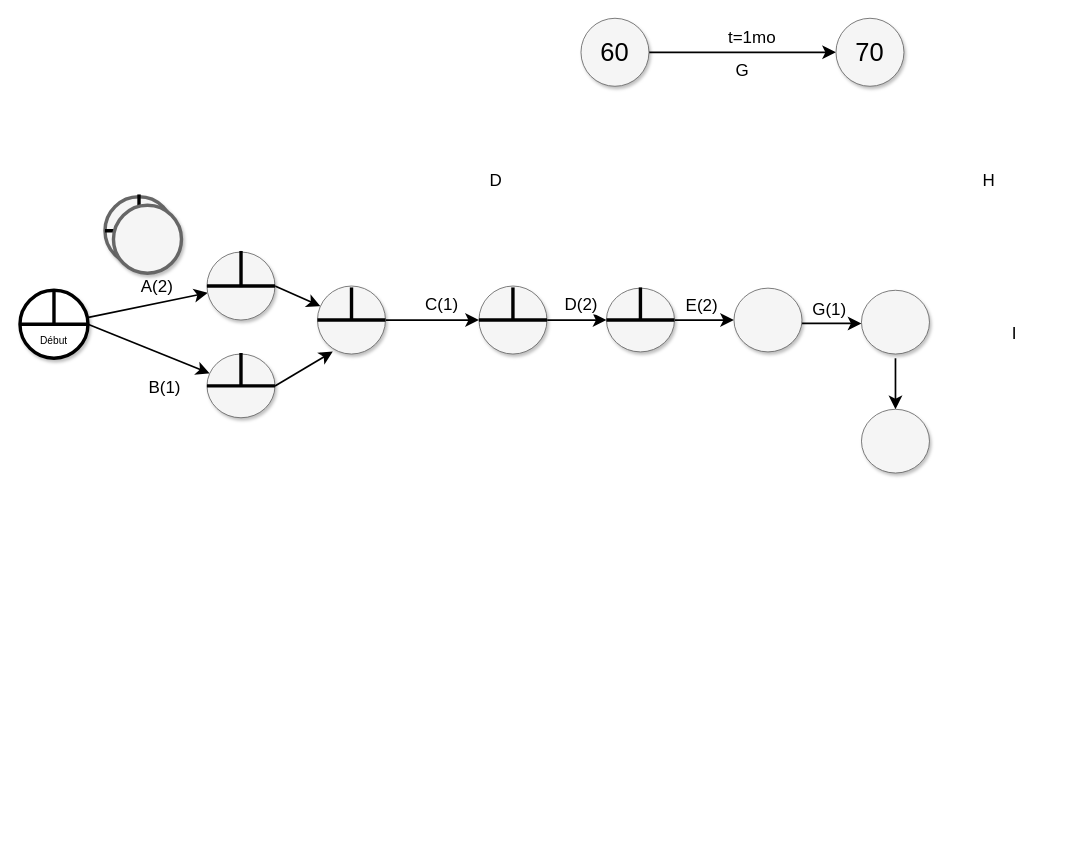
Above: Untitled Diagram.drawio in amalgum/laracarte-tdn (draw.io), before the change. Source tidied: cells renumbered, new cells numbered last; positions are measured from the earlier drawing's top-left corner, leaving out a move shared by most shapes. Both pictures are drawn from the tidied source at 85%, with x=0, y=0 at pixel (20, 18).
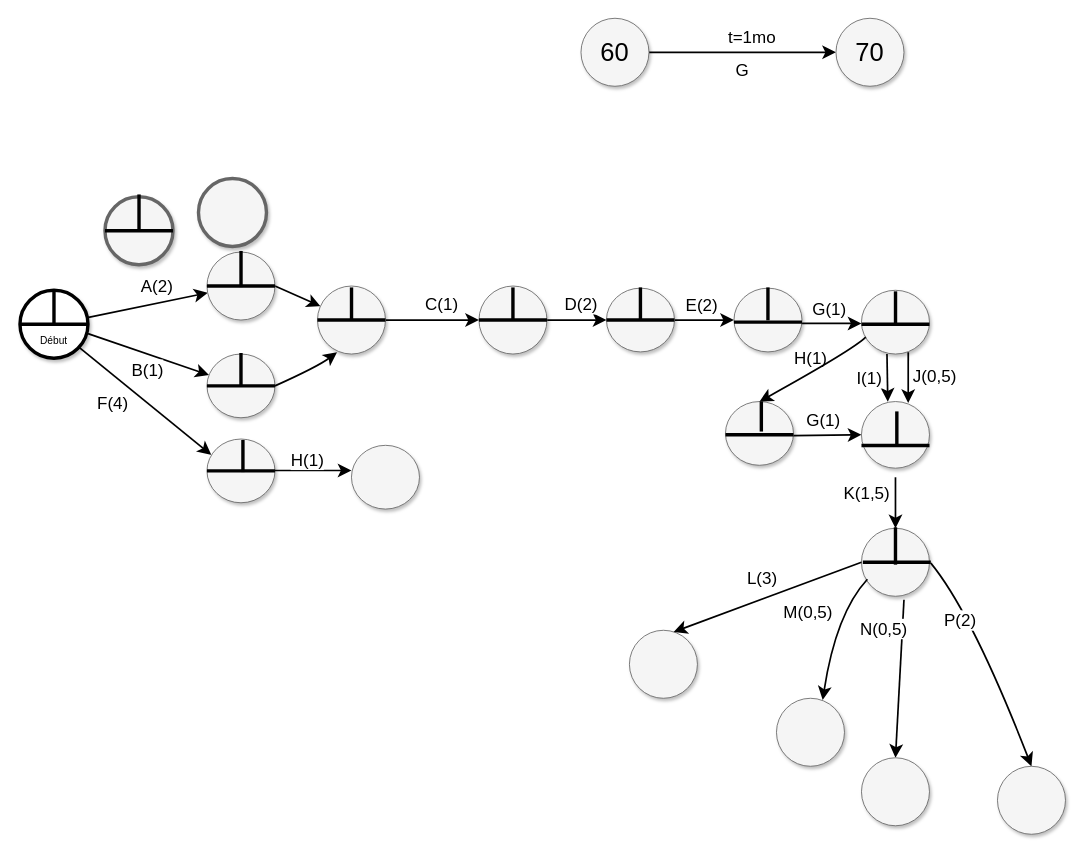
Above is the later version.

The change refers to these unchanged cells:
```xml
<mxCell id="6" style="ellipse;whiteSpace=wrap;html=1;rounded=0;shadow=1;strokeWidth=4;fontSize=30;align=center;" parent="1" vertex="1">
  <mxGeometry y="320" width="80" height="80" as="geometry" />
</mxCell>
<mxCell id="9" style="ellipse;whiteSpace=wrap;html=1;rounded=0;shadow=1;strokeColor=#666666;strokeWidth=1;fontSize=30;align=center;fillColor=#f5f5f5;" parent="1" vertex="1">
  <mxGeometry x="220" y="395" width="80" height="75" as="geometry" />
</mxCell>
<mxCell id="18" style="ellipse;whiteSpace=wrap;html=1;rounded=0;shadow=1;strokeColor=#666666;strokeWidth=1;fontSize=30;align=center;fillColor=#f5f5f5;" parent="1" vertex="1">
  <mxGeometry x="350" y="315" width="80" height="80" as="geometry" />
</mxCell>
<mxCell id="29" value="Début" style="text;html=1;strokeColor=none;fillColor=none;align=center;verticalAlign=middle;whiteSpace=wrap;rounded=0;" parent="1" vertex="1">
  <mxGeometry x="10" y="365" width="60" height="30" as="geometry" />
</mxCell>
<mxCell id="33" style="line;strokeWidth=4;html=1;perimeter=backbonePerimeter;points=[];outlineConnect=0;" parent="1" vertex="1">
  <mxGeometry x="220" y="427.5" width="80" height="10" as="geometry" />
</mxCell>
<mxCell id="49" style="ellipse;whiteSpace=wrap;html=1;rounded=0;shadow=1;strokeColor=#666666;strokeWidth=1;fontSize=30;align=center;fillColor=#f5f5f5;" parent="1" vertex="1">
  <mxGeometry x="990" y="320" width="80" height="75" as="geometry" />
</mxCell>
```

Diff of the diagram source:
```diff
@@
-    <mxCell id="4" style="edgeStyle=none;curved=1;html=1;startSize=10;endFill=1;endSize=10;strokeWidth=2;fontSize=12;exitX=1;exitY=0.5;exitDx=0;exitDy=0;" parent="1" edge="1" source="6" target="9">
+    <mxCell id="4" style="edgeStyle=none;curved=1;html=1;startSize=10;endFill=1;endSize=10;strokeWidth=2;fontSize=12;exitX=1;exitY=0.638;exitDx=0;exitDy=0;exitPerimeter=0;" parent="1" edge="1" source="6" target="9">
       <mxGeometry relative="1" as="geometry" />
     </mxCell>
     <mxCell id="5" value="B(1)" style="text;html=1;align=center;verticalAlign=middle;labelBackgroundColor=#ffffff;fontSize=20;" parent="4" vertex="1">
       <mxGeometry x="-0.07" y="-2" relative="1" as="geometry">
-        <mxPoint x="23" y="44" as="offset" />
+        <mxPoint x="4" y="17" as="offset" />
       </mxGeometry>
     </mxCell>
@@
-    <mxCell id="20" value="D" style="text;html=1;strokeColor=none;fillColor=none;align=center;verticalAlign=middle;whiteSpace=wrap;rounded=0;shadow=1;labelBackgroundColor=none;fontSize=20;" parent="1" vertex="1">
-      <mxGeometry x="540" y="180" width="40" height="20" as="geometry" />
-    </mxCell>
@@
-    <mxCell id="22" value="H" style="text;html=1;strokeColor=none;fillColor=none;align=center;verticalAlign=middle;whiteSpace=wrap;rounded=0;shadow=1;labelBackgroundColor=none;fontSize=20;" parent="1" vertex="1">
-      <mxGeometry x="1120" y="180" width="40" height="20" as="geometry" />
-    </mxCell>
-    <mxCell id="23" value="I" style="text;html=1;strokeColor=none;fillColor=none;align=center;verticalAlign=middle;whiteSpace=wrap;rounded=0;shadow=1;labelBackgroundColor=none;fontSize=20;" parent="1" vertex="1">
-      <mxGeometry x="1150" y="360" width="40" height="20" as="geometry" />
-    </mxCell>
@@
-    <mxCell id="30" style="edgeStyle=none;curved=1;html=1;startSize=10;endFill=1;endSize=10;strokeWidth=2;fontSize=12;entryX=0.225;entryY=0.963;entryDx=0;entryDy=0;entryPerimeter=0;exitX=1;exitY=0.5;exitDx=0;exitDy=0;exitPerimeter=0;" parent="1" edge="1" source="33" target="18">
-      <mxGeometry relative="1" as="geometry" />
+    <mxCell id="30" style="edgeStyle=none;curved=1;html=1;startSize=10;endFill=1;endSize=10;strokeWidth=2;fontSize=12;exitX=1;exitY=0.5;exitDx=0;exitDy=0;exitPerimeter=0;entryX=0.288;entryY=0.975;entryDx=0;entryDy=0;entryPerimeter=0;" parent="1" edge="1" source="33" target="18">
+      <mxGeometry relative="1" as="geometry">
+        <Array as="points">
+          <mxPoint x="350" y="410" />
+        </Array>
+      </mxGeometry>
     </mxCell>
@@
     <mxCell id="43" style="ellipse;whiteSpace=wrap;html=1;rounded=0;shadow=1;strokeColor=#666666;strokeWidth=4;fontSize=30;align=center;fillColor=#f5f5f5;" parent="1" vertex="1">
-      <mxGeometry x="110" y="220" width="80" height="80" as="geometry" />
+      <mxGeometry x="210" y="188.5" width="80" height="80" as="geometry" />
     </mxCell>
-    <mxCell id="44" style="edgeStyle=none;curved=1;html=1;startSize=10;endFill=1;endSize=10;strokeWidth=2;fontSize=12;exitX=0.5;exitY=1;exitDx=0;exitDy=0;" parent="1" edge="1">
-      <mxGeometry relative="1" as="geometry">
-        <mxPoint x="1030" y="400" as="sourcePoint" />
-        <mxPoint x="1030" y="460" as="targetPoint" />
-        <Array as="points">
-          <mxPoint x="1030" y="440" />
-        </Array>
-      </mxGeometry>
+    <mxCell id="44" style="edgeStyle=none;curved=1;html=1;startSize=10;endFill=1;endSize=10;strokeWidth=2;fontSize=12;exitX=0.375;exitY=1;exitDx=0;exitDy=0;exitPerimeter=0;entryX=0.387;entryY=0.002;entryDx=0;entryDy=0;entryPerimeter=0;" parent="1" edge="1" source="49" target="51">
+      <mxGeometry relative="1" as="geometry" />
     </mxCell>
@@
     <mxCell id="50" style="ellipse;whiteSpace=wrap;html=1;rounded=0;shadow=1;strokeColor=#666666;strokeWidth=1;fontSize=30;align=center;fillColor=#f5f5f5;" parent="1" vertex="1">
-      <mxGeometry x="990" y="460" width="80" height="75" as="geometry" />
+      <mxGeometry x="830" y="450.9" width="80" height="75" as="geometry" />
     </mxCell>
+    <mxCell id="51" style="ellipse;whiteSpace=wrap;html=1;rounded=0;shadow=1;strokeColor=#666666;strokeWidth=1;fontSize=30;align=center;fillColor=#f5f5f5;" parent="1" vertex="1">
+      <mxGeometry x="990" y="450.9" width="80" height="78.4" as="geometry" />
+    </mxCell>
+    <mxCell id="52" style="edgeStyle=none;curved=1;html=1;startSize=10;endFill=1;endSize=10;strokeWidth=2;fontSize=12;entryX=0.687;entryY=0.021;entryDx=0;entryDy=0;entryPerimeter=0;exitX=0.688;exitY=0.973;exitDx=0;exitDy=0;exitPerimeter=0;" parent="1" edge="1" source="49" target="51">
+      <mxGeometry relative="1" as="geometry" />
+    </mxCell>
+    <mxCell id="53" style="line;strokeWidth=4;html=1;perimeter=backbonePerimeter;" parent="1" vertex="1">
+      <mxGeometry x="840" y="352.5" width="80" height="10" as="geometry" />
+    </mxCell>
+    <mxCell id="54" style="line;strokeWidth=4;html=1;perimeter=backbonePerimeter;" parent="1" vertex="1">
+      <mxGeometry x="990" y="355" width="80" height="10" as="geometry" />
+    </mxCell>
+    <mxCell id="55" style="line;strokeWidth=4;html=1;perimeter=backbonePerimeter;points=[];outlineConnect=0;" parent="1" vertex="1">
+      <mxGeometry x="830" y="485" width="80" height="10" as="geometry" />
+    </mxCell>
+    <mxCell id="56" style="line;strokeWidth=4;html=1;perimeter=backbonePerimeter;rotation=90;" parent="1" vertex="1">
+      <mxGeometry x="860.6" y="331" width="38.7" height="10" as="geometry" />
+    </mxCell>
+    <mxCell id="57" style="line;strokeWidth=4;html=1;perimeter=backbonePerimeter;rotation=90;" parent="1" vertex="1">
+      <mxGeometry x="1010.7" y="335.6" width="38.7" height="10" as="geometry" />
+    </mxCell>
+    <mxCell id="58" style="line;strokeWidth=4;html=1;perimeter=backbonePerimeter;rotation=90;" parent="1" vertex="1">
+      <mxGeometry x="854.4" y="463.4" width="35.6" height="10" as="geometry" />
+    </mxCell>
+    <mxCell id="59" style="edgeStyle=none;curved=1;html=1;startSize=10;endFill=1;endSize=10;strokeWidth=2;fontSize=12;entryX=0;entryY=0.5;entryDx=0;entryDy=0;" parent="1" edge="1" target="60">
+      <mxGeometry relative="1" as="geometry">
+        <mxPoint x="1030" y="540" as="sourcePoint" />
+      </mxGeometry>
+    </mxCell>
+    <mxCell id="60" style="ellipse;whiteSpace=wrap;html=1;rounded=0;shadow=1;strokeColor=#666666;strokeWidth=1;fontSize=30;align=center;fillColor=#f5f5f5;direction=south;" parent="1" vertex="1">
+      <mxGeometry x="990" y="600" width="80" height="80" as="geometry" />
+    </mxCell>
+    <mxCell id="61" value="H(1)" style="text;html=1;align=center;verticalAlign=middle;labelBackgroundColor=#ffffff;fontSize=20;" parent="1" vertex="1">
+      <mxGeometry x="920" y="395" as="geometry">
+        <mxPoint x="9" y="3" as="offset" />
+      </mxGeometry>
+    </mxCell>
+    <mxCell id="62" value="I(1)" style="text;html=1;align=center;verticalAlign=middle;labelBackgroundColor=#ffffff;fontSize=20;" parent="1" vertex="1">
+      <mxGeometry x="950" y="365" as="geometry">
+        <mxPoint x="48" y="57" as="offset" />
+      </mxGeometry>
+    </mxCell>
+    <mxCell id="63" value="J(0,5)" style="text;html=1;align=center;verticalAlign=middle;labelBackgroundColor=#ffffff;fontSize=20;" parent="1" vertex="1">
+      <mxGeometry x="1180" y="432.5" as="geometry">
+        <mxPoint x="-105" y="-13" as="offset" />
+      </mxGeometry>
+    </mxCell>
+    <mxCell id="64" style="edgeStyle=none;curved=1;html=1;startSize=10;endFill=1;endSize=10;strokeWidth=2;fontSize=12;exitX=0.5;exitY=1;exitDx=0;exitDy=0;entryX=0.5;entryY=0;entryDx=0;entryDy=0;" parent="1" edge="1" target="50">
+      <mxGeometry relative="1" as="geometry">
+        <mxPoint x="995" y="375.2" as="sourcePoint" />
+        <Array as="points">
+          <mxPoint x="980" y="390" />
+        </Array>
+      </mxGeometry>
+    </mxCell>
+    <mxCell id="65" style="line;strokeWidth=4;html=1;perimeter=backbonePerimeter;points=[];outlineConnect=0;" parent="1" vertex="1">
+      <mxGeometry x="991.6" y="635" width="80" height="10" as="geometry" />
+    </mxCell>
+    <mxCell id="66" style="line;strokeWidth=4;html=1;perimeter=backbonePerimeter;rotation=90;" parent="1" vertex="1">
+      <mxGeometry x="1008" y="615.8" width="44" height="10" as="geometry" />
+    </mxCell>
+    <mxCell id="67" style="line;strokeWidth=4;html=1;perimeter=backbonePerimeter;" parent="1" vertex="1">
+      <mxGeometry x="990" y="502.4" width="80" height="0.3" as="geometry" />
+    </mxCell>
+    <mxCell id="68" style="line;strokeWidth=4;html=1;perimeter=backbonePerimeter;rotation=90;" parent="1" vertex="1">
+      <mxGeometry x="1012.1" y="477" width="39" height="10" as="geometry" />
+    </mxCell>
+    <mxCell id="69" style="edgeStyle=none;curved=1;html=1;startSize=10;endFill=1;endSize=10;strokeWidth=2;fontSize=12;exitX=1.05;exitY=0.375;exitDx=0;exitDy=0;exitPerimeter=0;entryX=0;entryY=0.5;entryDx=0;entryDy=0;" parent="1" edge="1" source="60" target="73">
+      <mxGeometry relative="1" as="geometry" />
+    </mxCell>
+    <mxCell id="70" value="K(1,5)" style="text;html=1;align=center;verticalAlign=middle;labelBackgroundColor=#ffffff;fontSize=20;" parent="1" vertex="1">
+      <mxGeometry x="1100" y="570" as="geometry">
+        <mxPoint x="-105" y="-13" as="offset" />
+      </mxGeometry>
+    </mxCell>
+    <mxCell id="71" style="ellipse;whiteSpace=wrap;html=1;rounded=0;shadow=1;strokeColor=#666666;strokeWidth=1;fontSize=30;align=center;fillColor=#f5f5f5;direction=south;" parent="1" vertex="1">
+      <mxGeometry x="717" y="720" width="80" height="80" as="geometry" />
+    </mxCell>
+    <mxCell id="72" style="ellipse;whiteSpace=wrap;html=1;rounded=0;shadow=1;strokeColor=#666666;strokeWidth=1;fontSize=30;align=center;fillColor=#f5f5f5;direction=south;" parent="1" vertex="1">
+      <mxGeometry x="1150" y="880" width="80" height="80" as="geometry" />
+    </mxCell>
+    <mxCell id="73" style="ellipse;whiteSpace=wrap;html=1;rounded=0;shadow=1;strokeColor=#666666;strokeWidth=1;fontSize=30;align=center;fillColor=#f5f5f5;direction=south;" parent="1" vertex="1">
+      <mxGeometry x="990" y="870" width="80" height="80" as="geometry" />
+    </mxCell>
+    <mxCell id="74" style="ellipse;whiteSpace=wrap;html=1;rounded=0;shadow=1;strokeColor=#666666;strokeWidth=1;fontSize=30;align=center;fillColor=#f5f5f5;direction=south;" parent="1" vertex="1">
+      <mxGeometry x="890" y="800" width="80" height="80" as="geometry" />
+    </mxCell>
+    <mxCell id="75" style="edgeStyle=none;curved=1;html=1;startSize=10;endFill=1;endSize=10;strokeWidth=2;fontSize=12;exitX=1;exitY=0.75;exitDx=0;exitDy=0;entryX=0.063;entryY=0.248;entryDx=0;entryDy=0;entryPerimeter=0;" parent="1" edge="1" source="29" target="77">
+      <mxGeometry relative="1" as="geometry" />
+    </mxCell>
+    <mxCell id="76" value="F(4)" style="text;html=1;align=center;verticalAlign=middle;labelBackgroundColor=#ffffff;fontSize=20;" parent="75" vertex="1">
+      <mxGeometry x="-0.07" y="-2" relative="1" as="geometry">
+        <mxPoint x="-32" y="4" as="offset" />
+      </mxGeometry>
+    </mxCell>
+    <mxCell id="77" style="ellipse;whiteSpace=wrap;html=1;rounded=0;shadow=1;strokeColor=#666666;strokeWidth=1;fontSize=30;align=center;fillColor=#f5f5f5;" parent="1" vertex="1">
+      <mxGeometry x="220" y="495" width="80" height="75" as="geometry" />
+    </mxCell>
+    <mxCell id="78" style="line;strokeWidth=4;html=1;perimeter=backbonePerimeter;" parent="1" vertex="1">
+      <mxGeometry x="220" y="527.5" width="80" height="10" as="geometry" />
+    </mxCell>
+    <mxCell id="79" style="line;strokeWidth=4;html=1;perimeter=backbonePerimeter;rotation=90;" parent="1" vertex="1">
+      <mxGeometry x="243.4" y="510" width="37.8" height="10" as="geometry" />
+    </mxCell>
+    <mxCell id="80" style="edgeStyle=none;curved=1;html=1;startSize=10;endFill=1;endSize=10;strokeWidth=2;fontSize=12;" parent="1" edge="1">
+      <mxGeometry relative="1" as="geometry">
+        <mxPoint x="300" y="532" as="sourcePoint" />
+        <mxPoint x="390" y="532" as="targetPoint" />
+      </mxGeometry>
+    </mxCell>
+    <mxCell id="81" style="ellipse;whiteSpace=wrap;html=1;rounded=0;shadow=1;strokeColor=#666666;strokeWidth=1;fontSize=30;align=center;fillColor=#f5f5f5;" parent="1" vertex="1">
+      <mxGeometry x="390" y="502.4" width="80" height="75" as="geometry" />
+    </mxCell>
+    <mxCell id="82" value="H(1)" style="text;html=1;align=center;verticalAlign=middle;labelBackgroundColor=#ffffff;fontSize=20;" parent="1" vertex="1">
+      <mxGeometry x="118.1" y="461.1" as="geometry">
+        <mxPoint x="219" y="57" as="offset" />
+      </mxGeometry>
+    </mxCell>
+    <mxCell id="83" style="edgeStyle=none;curved=1;html=1;startSize=10;endFill=1;endSize=10;strokeWidth=2;fontSize=12;exitX=0.5;exitY=1;exitDx=0;exitDy=0;entryX=0.025;entryY=0.35;entryDx=0;entryDy=0;entryPerimeter=0;" parent="1" edge="1" source="60" target="71">
+      <mxGeometry relative="1" as="geometry" />
+    </mxCell>
+    <mxCell id="84" style="edgeStyle=none;curved=1;html=1;startSize=10;endFill=1;endSize=10;strokeWidth=2;fontSize=12;exitX=0.75;exitY=0.913;exitDx=0;exitDy=0;entryX=0.025;entryY=0.321;entryDx=0;entryDy=0;entryPerimeter=0;exitPerimeter=0;" parent="1" edge="1" source="60" target="74">
+      <mxGeometry relative="1" as="geometry">
+        <Array as="points">
+          <mxPoint x="960" y="700" />
+        </Array>
+      </mxGeometry>
+    </mxCell>
+    <mxCell id="85" style="edgeStyle=none;curved=1;html=1;startSize=10;endFill=1;endSize=10;strokeWidth=2;fontSize=12;entryX=0;entryY=0.5;entryDx=0;entryDy=0;" parent="1" edge="1" source="65" target="72">
+      <mxGeometry relative="1" as="geometry">
+        <Array as="points">
+          <mxPoint x="1120" y="700" />
+        </Array>
+      </mxGeometry>
+    </mxCell>
+    <mxCell id="86" value="L(3)" style="text;html=1;align=center;verticalAlign=middle;labelBackgroundColor=#ffffff;fontSize=20;" parent="1" vertex="1">
+      <mxGeometry x="977.8" y="670" as="geometry">
+        <mxPoint x="-105" y="-13" as="offset" />
+      </mxGeometry>
+    </mxCell>
+    <mxCell id="87" value="M(0,5)" style="text;html=1;align=center;verticalAlign=middle;labelBackgroundColor=#ffffff;fontSize=20;" parent="1" vertex="1">
+      <mxGeometry x="1031.6" y="710" as="geometry">
+        <mxPoint x="-105" y="-13" as="offset" />
+      </mxGeometry>
+    </mxCell>
+    <mxCell id="88" value="N(0,5)" style="text;html=1;align=center;verticalAlign=middle;labelBackgroundColor=#ffffff;fontSize=20;" parent="1" vertex="1">
+      <mxGeometry x="1120" y="730" as="geometry">
+        <mxPoint x="-105" y="-13" as="offset" />
+      </mxGeometry>
+    </mxCell>
+    <mxCell id="89" value="P(2)" style="text;html=1;align=center;verticalAlign=middle;labelBackgroundColor=#ffffff;fontSize=20;" parent="1" vertex="1">
+      <mxGeometry x="1210" y="720" as="geometry">
+        <mxPoint x="-105" y="-13" as="offset" />
+      </mxGeometry>
+    </mxCell>
+    <mxCell id="90" style="edgeStyle=none;curved=1;html=1;startSize=10;endFill=1;endSize=10;strokeWidth=2;fontSize=12;" parent="1" edge="1" source="55">
+      <mxGeometry relative="1" as="geometry">
+        <mxPoint x="990" y="490" as="targetPoint" />
+      </mxGeometry>
+    </mxCell>
+    <mxCell id="91" value="G(1)" style="text;html=1;align=center;verticalAlign=middle;labelBackgroundColor=#ffffff;fontSize=20;" parent="90" vertex="1">
+      <mxGeometry x="-0.41" y="-1" relative="1" as="geometry">
+        <mxPoint x="10" y="-20" as="offset" />
+      </mxGeometry>
+    </mxCell>
```
